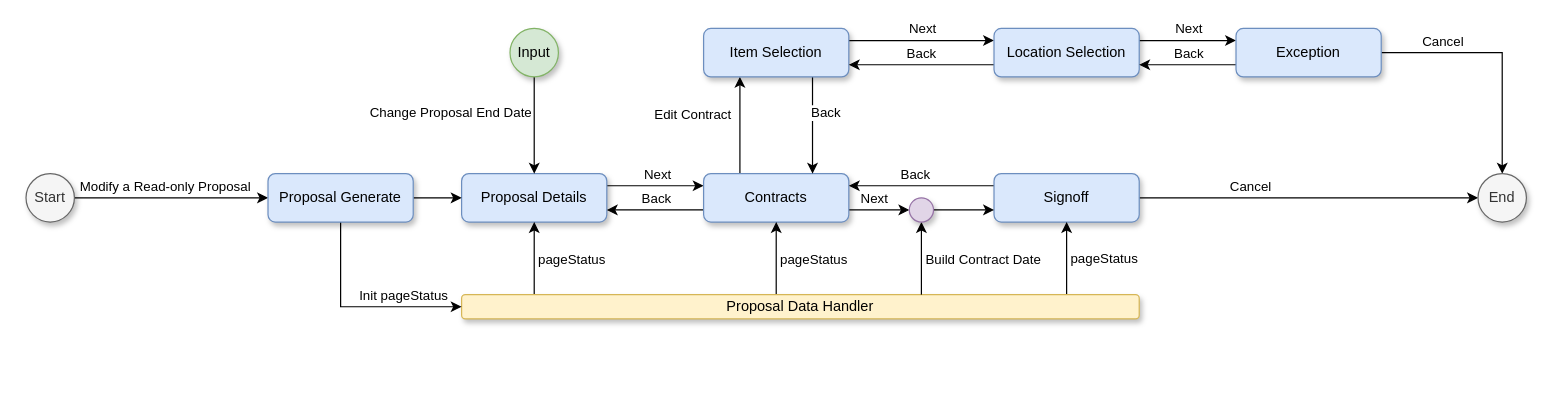
This is Readonly Proposal UI Flow Diagram.drawio from dajin-kingland/UMLdiagrams, a draw.io file, before an edit. Source tidied: cells renumbered, new cells numbered last; positions are measured from the earlier drawing's top-left corner, leaving out a move shared by most shapes. Both pictures are drawn from the tidied source at 121%, with x=0, y=0 at pixel (25, 28).
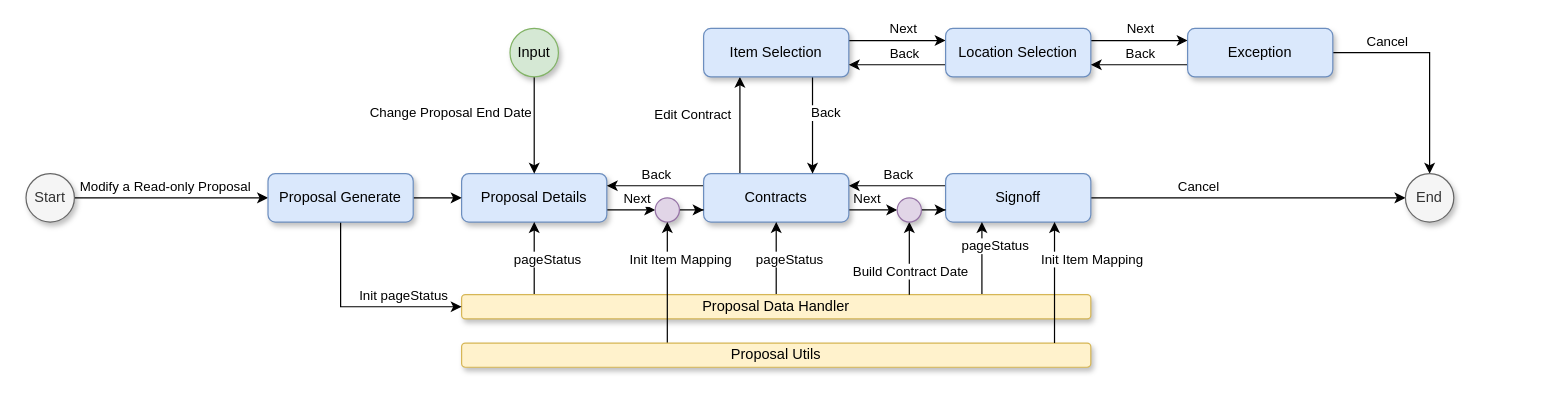
The same page after the edit.

The change refers to these unchanged cells:
```xml
<mxCell id="4" value="Proposal Details" style="rounded=1;whiteSpace=wrap;html=1;fillColor=#dae8fc;strokeColor=#6c8ebf;shadow=1;" parent="1" vertex="1">
  <mxGeometry x="360" y="120" width="120" height="40" as="geometry" />
</mxCell>
<mxCell id="11" value="Contracts" style="rounded=1;whiteSpace=wrap;html=1;fillColor=#dae8fc;strokeColor=#6c8ebf;shadow=1;" parent="1" vertex="1">
  <mxGeometry x="560" y="120" width="120" height="40" as="geometry" />
</mxCell>
<mxCell id="36" style="edgeStyle=orthogonalEdgeStyle;rounded=0;jettySize=auto;html=1;entryX=0.5;entryY=1;entryDx=0;entryDy=0;" parent="1" edge="1" source="42" target="4">
  <mxGeometry relative="1" as="geometry">
    <Array as="points">
      <mxPoint x="380" y="220" />
      <mxPoint x="380" y="220" />
    </Array>
  </mxGeometry>
</mxCell>
```

What changed in the source:
```diff
@@
-    <mxCell id="2" style="edgeStyle=orthogonalEdgeStyle;rounded=0;jettySize=auto;html=1;entryX=0;entryY=0.25;entryDx=0;entryDy=0;exitX=1;exitY=0.25;exitDx=0;exitDy=0;" parent="1" edge="1" source="4" target="11">
+    <mxCell id="2" style="edgeStyle=orthogonalEdgeStyle;rounded=0;jettySize=auto;html=1;entryX=0;entryY=0.5;entryDx=0;entryDy=0;exitX=1;exitY=0.75;exitDx=0;exitDy=0;" parent="1" edge="1" source="4" target="55">
       <mxGeometry relative="1" as="geometry" />
     </mxCell>
     <mxCell id="3" value="Next" style="edgeLabel;html=1;align=center;verticalAlign=middle;" parent="2" vertex="1">
       <mxGeometry x="-0.36" y="-2" relative="1" as="geometry">
-        <mxPoint x="15" y="-12" as="offset" />
+        <mxPoint x="11" y="-12" as="offset" />
       </mxGeometry>
     </mxCell>
@@
-    <mxCell id="7" style="edgeStyle=orthogonalEdgeStyle;rounded=0;jettySize=auto;html=1;exitX=0;exitY=0.75;exitDx=0;exitDy=0;entryX=1;entryY=0.75;entryDx=0;entryDy=0;" parent="1" edge="1" source="11" target="4">
+    <mxCell id="7" style="edgeStyle=orthogonalEdgeStyle;rounded=0;jettySize=auto;html=1;exitX=0;exitY=0.25;exitDx=0;exitDy=0;entryX=1;entryY=0.25;entryDx=0;entryDy=0;" parent="1" edge="1" source="11" target="4">
       <mxGeometry relative="1" as="geometry" />
     </mxCell>
@@
     <mxCell id="16" value="Signoff" style="rounded=1;whiteSpace=wrap;html=1;fillColor=#dae8fc;strokeColor=#6c8ebf;shadow=1;" parent="1" vertex="1">
-      <mxGeometry x="800" y="120" width="120" height="40" as="geometry" />
+      <mxGeometry x="760" y="120" width="120" height="40" as="geometry" />
     </mxCell>
@@
     <mxCell id="29" value="Location Selection" style="rounded=1;whiteSpace=wrap;html=1;fillColor=#dae8fc;strokeColor=#6c8ebf;shadow=1;" parent="1" vertex="1">
-      <mxGeometry x="800" width="120" height="40" as="geometry" />
+      <mxGeometry x="760" width="120" height="40" as="geometry" />
     </mxCell>
@@
     <mxCell id="34" value="Exception" style="rounded=1;whiteSpace=wrap;html=1;fillColor=#dae8fc;strokeColor=#6c8ebf;shadow=1;" parent="1" vertex="1">
-      <mxGeometry x="1000" width="120" height="40" as="geometry" />
+      <mxGeometry x="960" width="120" height="40" as="geometry" />
     </mxCell>
     <mxCell id="35" value="End" style="ellipse;whiteSpace=wrap;html=1;fillColor=#f5f5f5;strokeColor=#666666;fontColor=#333333;shadow=1;sketch=0;" parent="1" vertex="1">
-      <mxGeometry x="1200" y="120" width="40" height="40" as="geometry" />
+      <mxGeometry x="1140" y="120" width="40" height="40" as="geometry" />
     </mxCell>
@@
     <mxCell id="37" value="pageStatus" style="edgeLabel;html=1;align=center;verticalAlign=middle;" parent="36" vertex="1">
       <mxGeometry x="0.2" y="1" relative="1" as="geometry">
-        <mxPoint x="31" y="6" as="offset" />
+        <mxPoint x="11" y="6" as="offset" />
       </mxGeometry>
     </mxCell>
     <mxCell id="38" style="edgeStyle=orthogonalEdgeStyle;rounded=0;jettySize=auto;html=1;entryX=0.5;entryY=1;entryDx=0;entryDy=0;" parent="1" edge="1" source="42" target="11">
       <mxGeometry relative="1" as="geometry">
         <Array as="points">
-          <mxPoint x="620" y="220" />
-          <mxPoint x="620" y="220" />
+          <mxPoint x="620" y="180" />
+          <mxPoint x="620" y="180" />
         </Array>
       </mxGeometry>
     </mxCell>
     <mxCell id="39" value="pageStatus" style="edgeLabel;html=1;align=center;verticalAlign=middle;" parent="38" vertex="1">
       <mxGeometry x="0.23" relative="1" as="geometry">
-        <mxPoint x="30" y="7" as="offset" />
+        <mxPoint x="10" y="7" as="offset" />
       </mxGeometry>
     </mxCell>
-    <mxCell id="40" style="edgeStyle=orthogonalEdgeStyle;rounded=0;jettySize=auto;html=1;entryX=0.5;entryY=1;entryDx=0;entryDy=0;" parent="1" edge="1" source="42" target="16">
+    <mxCell id="40" style="edgeStyle=orthogonalEdgeStyle;rounded=0;jettySize=auto;html=1;" parent="1" edge="1" source="42">
       <mxGeometry relative="1" as="geometry">
+        <mxPoint x="790" y="160" as="targetPoint" />
         <Array as="points">
-          <mxPoint x="820" y="220" />
-          <mxPoint x="820" y="220" />
+          <mxPoint x="790" y="190" />
+          <mxPoint x="790" y="190" />
         </Array>
       </mxGeometry>
     </mxCell>
     <mxCell id="41" value="pageStatus" style="edgeLabel;html=1;align=center;verticalAlign=middle;" parent="40" vertex="1">
       <mxGeometry x="-0.28" y="1" relative="1" as="geometry">
-        <mxPoint x="31" y="-9" as="offset" />
+        <mxPoint x="11" y="-19" as="offset" />
       </mxGeometry>
     </mxCell>
     <mxCell id="42" value="Proposal Data Handler" style="rounded=1;whiteSpace=wrap;html=1;fillColor=#fff2cc;strokeColor=#d6b656;shadow=1;" parent="1" vertex="1">
-      <mxGeometry x="360" y="220" width="560" height="20" as="geometry" />
+      <mxGeometry x="360" y="220" width="520" height="20" as="geometry" />
     </mxCell>
@@
     <mxCell id="48" style="edgeStyle=orthogonalEdgeStyle;rounded=0;jettySize=auto;html=1;exitX=0.5;exitY=1;exitDx=0;exitDy=0;startArrow=classic;startFill=1;endArrow=none;endFill=0;" parent="1" edge="1" source="50" target="42">
       <mxGeometry relative="1" as="geometry">
         <Array as="points">
-          <mxPoint x="740" y="210" />
-          <mxPoint x="740" y="210" />
+          <mxPoint x="730" y="190" />
+          <mxPoint x="730" y="190" />
         </Array>
       </mxGeometry>
     </mxCell>
     <mxCell id="49" value="Build Contract Date" style="edgeLabel;html=1;align=center;verticalAlign=middle;" parent="48" vertex="1">
       <mxGeometry x="-0.24" y="-2" relative="1" as="geometry">
-        <mxPoint x="52" y="7" as="offset" />
+        <mxPoint x="2" y="17" as="offset" />
       </mxGeometry>
     </mxCell>
     <mxCell id="50" style="ellipse;whiteSpace=wrap;html=1;fillColor=#e1d5e7;strokeColor=#9673a6;shadow=1;" parent="1" vertex="1">
-      <mxGeometry x="730" y="140" width="20" height="20" as="geometry" />
+      <mxGeometry x="720" y="140" width="20" height="20" as="geometry" />
     </mxCell>
@@
+    <mxCell id="54" style="edgeStyle=orthogonalEdgeStyle;rounded=0;jettySize=auto;html=1;entryX=0;entryY=0.75;entryDx=0;entryDy=0;" parent="1" edge="1" source="55" target="11">
+      <mxGeometry relative="1" as="geometry" />
+    </mxCell>
+    <mxCell id="55" style="ellipse;whiteSpace=wrap;html=1;fillColor=#e1d5e7;strokeColor=#9673a6;shadow=1;" parent="1" vertex="1">
+      <mxGeometry x="520" y="140" width="20" height="20" as="geometry" />
+    </mxCell>
+    <mxCell id="56" style="edgeStyle=orthogonalEdgeStyle;rounded=0;jettySize=auto;html=1;exitX=0.5;exitY=1;exitDx=0;exitDy=0;startArrow=classic;startFill=1;endArrow=none;endFill=0;" parent="1" edge="1" source="55" target="58">
+      <mxGeometry relative="1" as="geometry">
+        <Array as="points">
+          <mxPoint x="520" y="260" />
+          <mxPoint x="520" y="260" />
+        </Array>
+      </mxGeometry>
+    </mxCell>
+    <mxCell id="57" value="Init Item Mapping" style="edgeLabel;html=1;align=center;verticalAlign=middle;" parent="56" vertex="1">
+      <mxGeometry x="-0.24" y="-2" relative="1" as="geometry">
+        <mxPoint x="12" y="-8" as="offset" />
+      </mxGeometry>
+    </mxCell>
+    <mxCell id="58" value="Proposal Utils" style="rounded=1;whiteSpace=wrap;html=1;fillColor=#fff2cc;strokeColor=#d6b656;shadow=1;" parent="1" vertex="1">
+      <mxGeometry x="360" y="260" width="520" height="20" as="geometry" />
+    </mxCell>
+    <mxCell id="59" style="edgeStyle=orthogonalEdgeStyle;rounded=0;jettySize=auto;html=1;exitX=0.75;exitY=1;exitDx=0;exitDy=0;startArrow=classic;startFill=1;endArrow=none;endFill=0;" parent="1" edge="1" source="16" target="58">
+      <mxGeometry relative="1" as="geometry">
+        <Array as="points">
+          <mxPoint x="850" y="270" />
+          <mxPoint x="850" y="270" />
+        </Array>
+      </mxGeometry>
+    </mxCell>
+    <mxCell id="60" value="Init Item Mapping" style="edgeLabel;html=1;align=center;verticalAlign=middle;" parent="59" vertex="1">
+      <mxGeometry x="-0.24" y="-2" relative="1" as="geometry">
+        <mxPoint x="32" y="-8" as="offset" />
+      </mxGeometry>
+    </mxCell>
```
